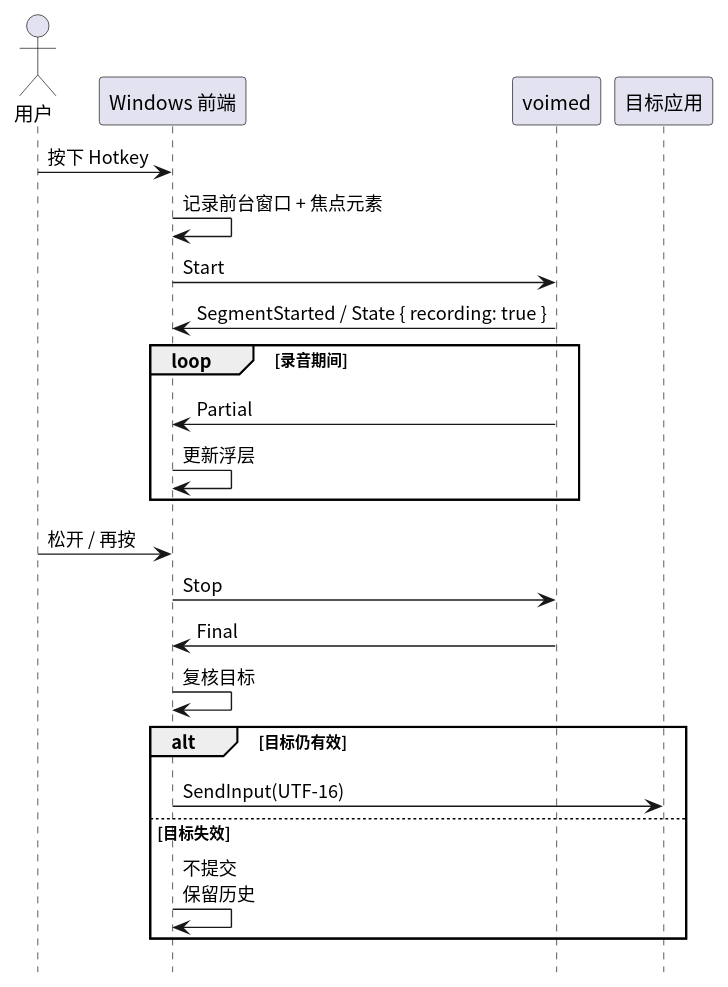
Above: frontends/windows/diagram/mvp-flow.svg in 54m43lJ/voime (PlantUML), before the change. Source of this version:
```plantuml
@startuml
skinparam defaultFontName "Noto Sans CJK SC"
skinparam shadowing false
hide footbox

actor "用户" as User
participant "Windows 前端" as Frontend
participant "voimed" as Daemon
participant "目标应用" as App

User -> Frontend : 按下 Hotkey
Frontend -> Frontend : 记录前台窗口 + 焦点元素
Frontend -> Daemon : Start
Daemon -> Frontend : SegmentStarted / State { recording: true }

loop 录音期间
  Daemon -> Frontend : Partial
  Frontend -> Frontend : 更新浮层
end

User -> Frontend : 松开 / 再按
Frontend -> Daemon : Stop
Daemon -> Frontend : Final
Frontend -> Frontend : 复核目标
alt 目标仍有效
  Frontend -> App : SendInput(UTF-16)
else 目标失效
  Frontend -> Frontend : 不提交\n保留历史
end
@enduml
```
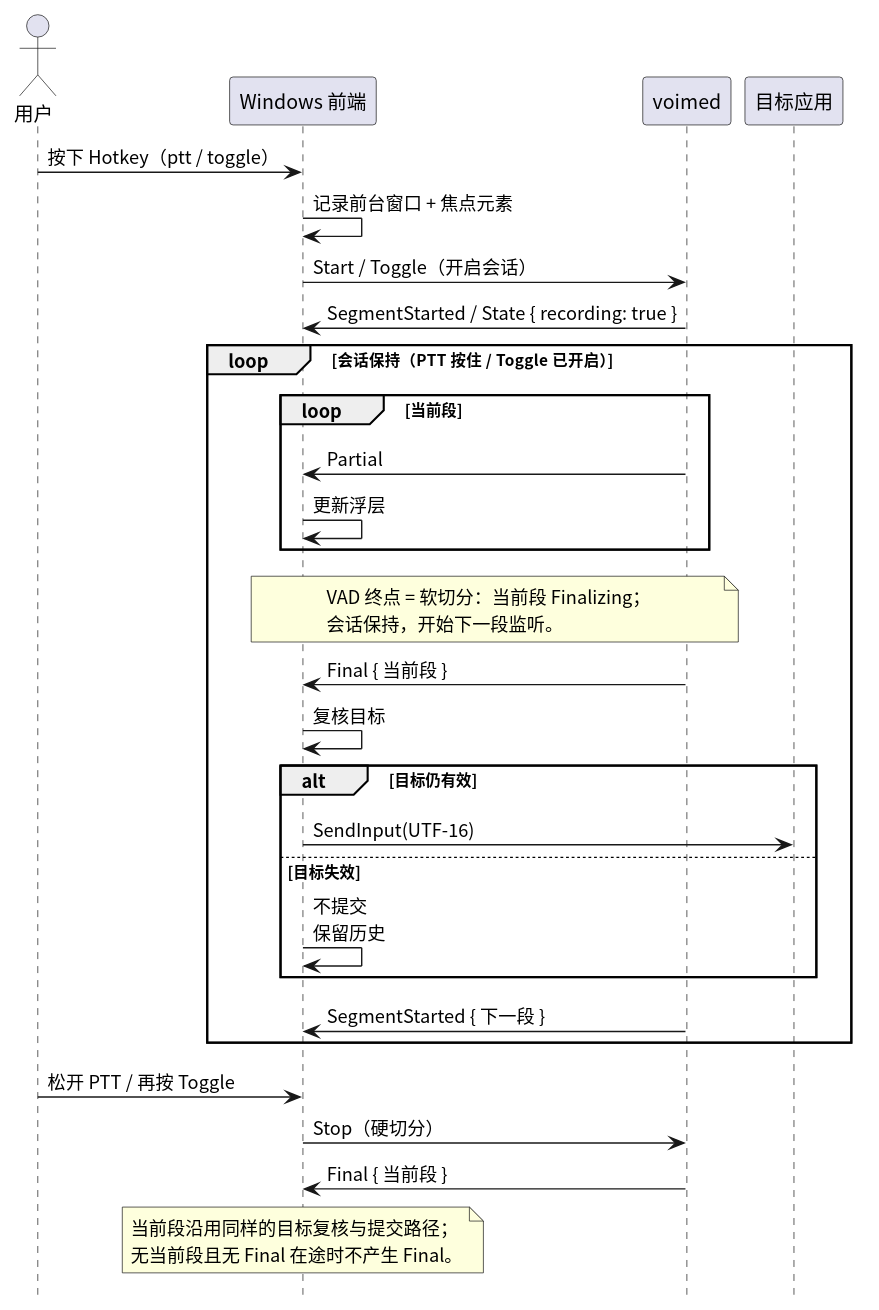
The same diagram one commit later.

The edit, as a diff of the source:
```diff
@@ -8,23 +8,38 @@
 participant "voimed" as Daemon
 participant "目标应用" as App
 
-User -> Frontend : 按下 Hotkey
+User -> Frontend : 按下 Hotkey（ptt / toggle）
 Frontend -> Frontend : 记录前台窗口 + 焦点元素
-Frontend -> Daemon : Start
+Frontend -> Daemon : Start / Toggle（开启会话）
 Daemon -> Frontend : SegmentStarted / State { recording: true }
 
-loop 录音期间
-  Daemon -> Frontend : Partial
-  Frontend -> Frontend : 更新浮层
+loop 会话保持（PTT 按住 / Toggle 已开启）
+  loop 当前段
+    Daemon -> Frontend : Partial
+    Frontend -> Frontend : 更新浮层
+  end
+
+  note over Frontend, Daemon
+    VAD 终点 = 软切分：当前段 Finalizing；
+    会话保持，开始下一段监听。
+  end note
+
+  Daemon -> Frontend : Final { 当前段 }
+  Frontend -> Frontend : 复核目标
+  alt 目标仍有效
+    Frontend -> App : SendInput(UTF-16)
+  else 目标失效
+    Frontend -> Frontend : 不提交\n保留历史
+  end
+  Daemon -> Frontend : SegmentStarted { 下一段 }
 end
 
-User -> Frontend : 松开 / 再按
-Frontend -> Daemon : Stop
-Daemon -> Frontend : Final
-Frontend -> Frontend : 复核目标
-alt 目标仍有效
-  Frontend -> App : SendInput(UTF-16)
-else 目标失效
-  Frontend -> Frontend : 不提交\n保留历史
-end
+User -> Frontend : 松开 PTT / 再按 Toggle
+Frontend -> Daemon : Stop（硬切分）
+Daemon -> Frontend : Final { 当前段 }
+
+note over Frontend
+  当前段沿用同样的目标复核与提交路径；
+  无当前段且无 Final 在途时不产生 Final。
+end note
 @enduml
```
